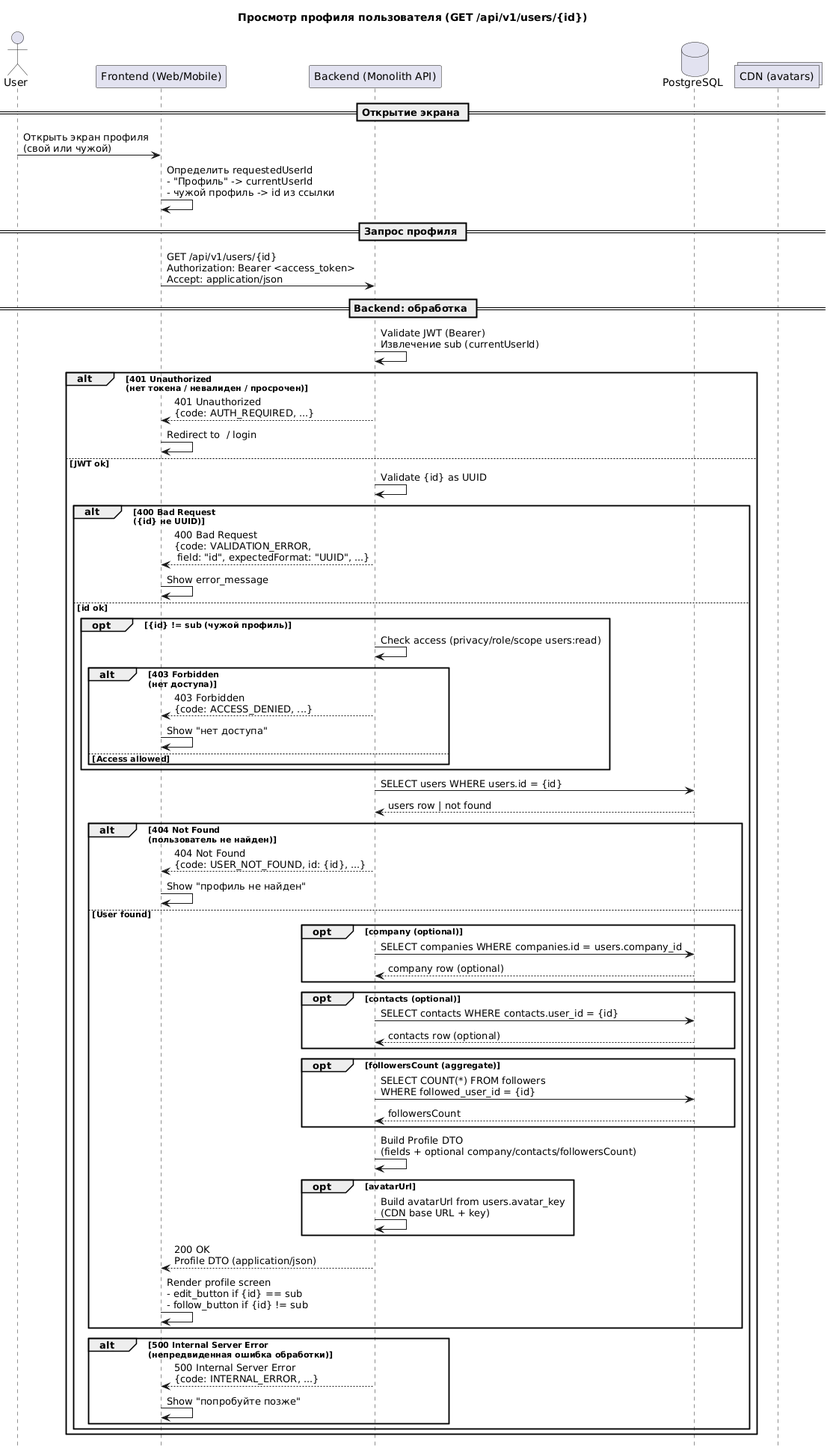
Above: 2.SequenceDiagram_GET_User_Profile.png in karamelkha/SA_API (PlantUML), before the change.
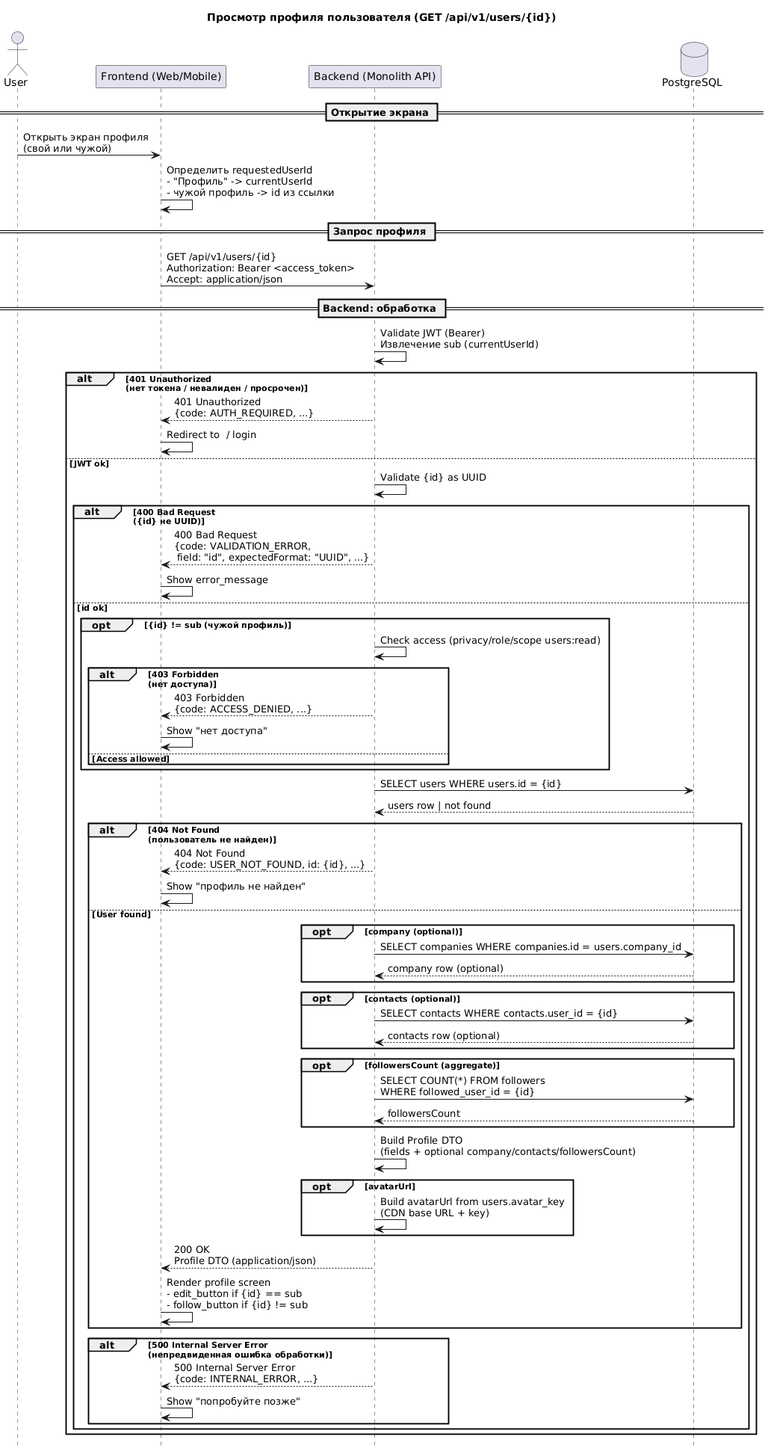
Above is the later version.

Commit message:
SequenceDiagram_GET_User_Profile

SequenceDiagram_GET_User_Profile

The edit, as a diff of the source:
```diff
@@ -5,7 +5,6 @@
 participant "Frontend (Web/Mobile)" as FE
 participant "Backend (Monolith API)" as BE
 database "PostgreSQL" as DB
-collections "CDN (avatars)" as CDN
 
 skinparam responseMessageBelowArrow true
 hide footbox
```
